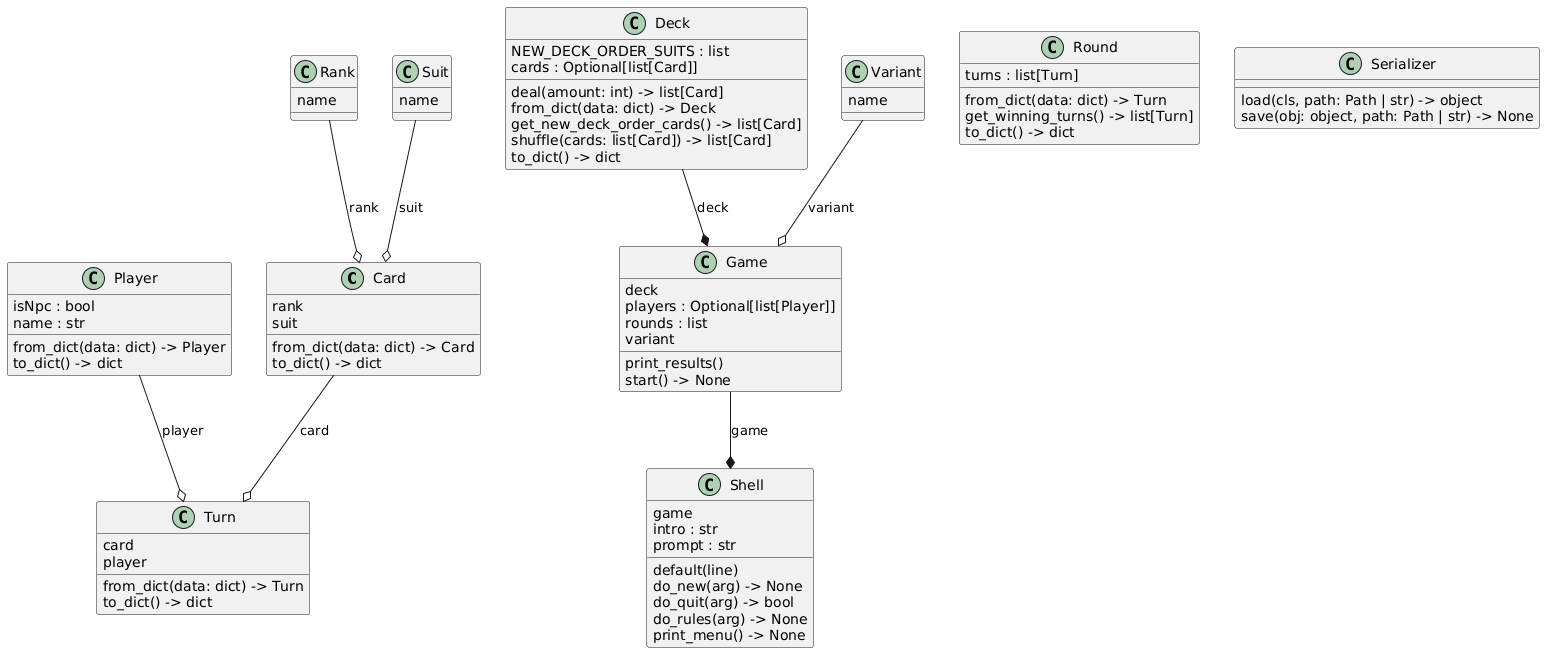
This is docs/uml/png/classes_war.png from b3h3m0th/war, a PlantUML export, as it was before one commit.
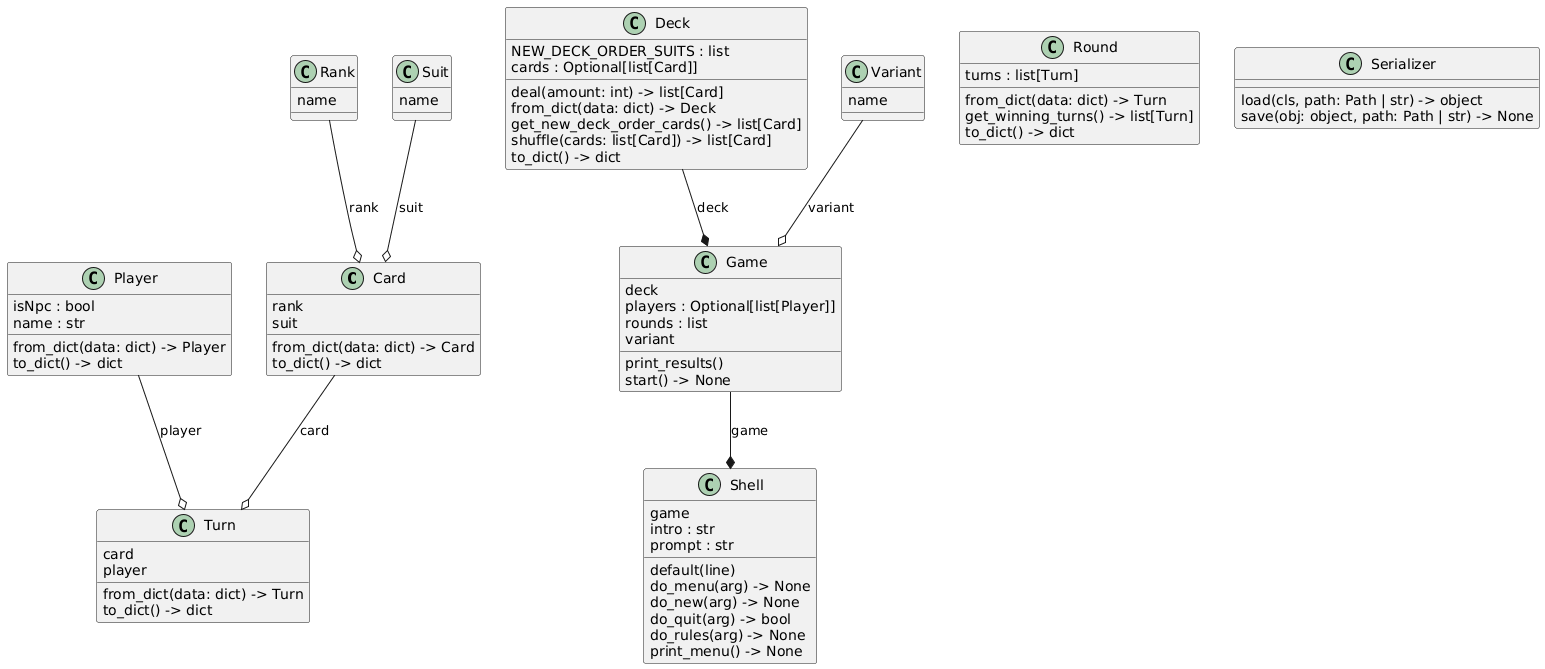
The same diagram one commit later.

The edit, as a diff of the source:
```diff
@@ -47,6 +47,7 @@
   intro : str
   prompt : str
   default(line)
+  do_menu(arg) -> None
   do_new(arg) -> None
   do_quit(arg) -> bool
   do_rules(arg) -> None
```
